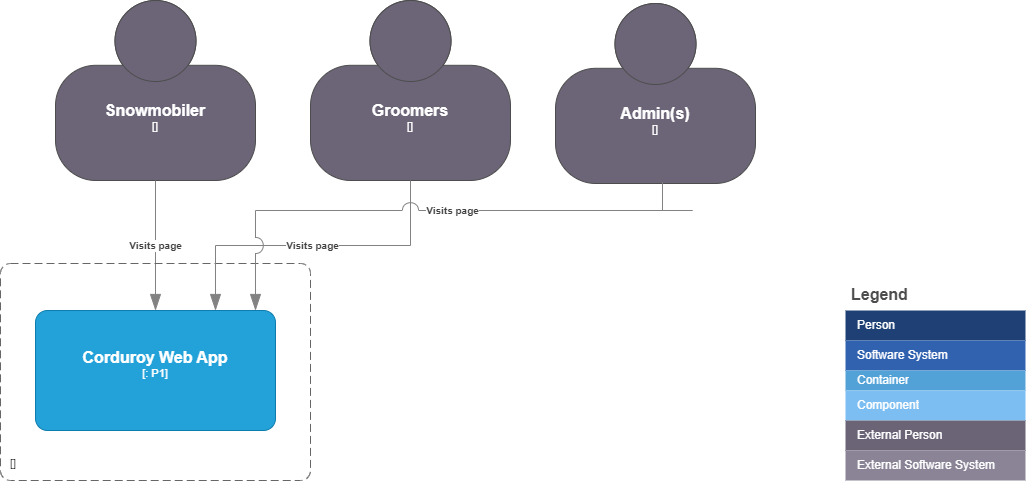
Earlier version of the draw.io export docs/C4/Context-C4.png (bartelsjoshuac/Corduroy). Source tidied: cells renumbered, new cells last; positions are measured from the earlier drawing's top-left corner, leaving out a move shared by most shapes.
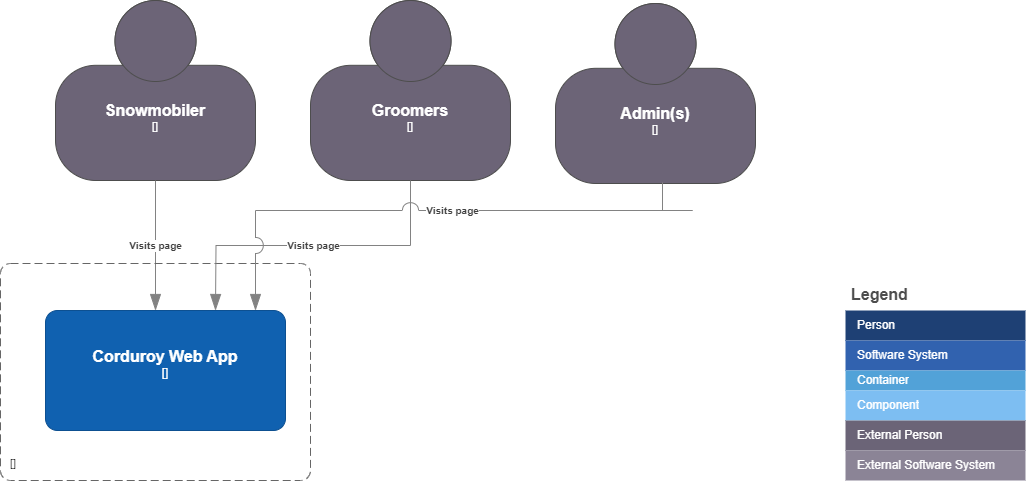
The same file after the commit.

Change to the diagram source:
```diff
@@ -46,14 +46,11 @@
     <mxCell id="15" value="External Software System" style="shape=partialRectangle;html=1;whiteSpace=wrap;strokeColor=inherit;overflow=hidden;fillColor=#8b8496;top=0;left=0;bottom=0;right=0;fontSize=12;align=left;fontColor=#FFFFFF;gradientColor=none;spacingLeft=10;spacingRight=4;" parent="14" vertex="1">
       <mxGeometry width="180" height="30" as="geometry" />
     </mxCell>
-    <object id="16" label="&lt;font style=&quot;font-size: 16px&quot;&gt;&lt;b&gt;%c4Name%&lt;/b&gt;&lt;/font&gt;&lt;div&gt;[%c4Type%: %c4Technology%]&lt;/div&gt;&lt;br&gt;&lt;div&gt;&lt;font style=&quot;font-size: 11px&quot;&gt;&lt;font color=&quot;#E6E6E6&quot;&gt;%c4Description%&lt;/font&gt;&lt;/div&gt;" c4Description="" c4Name="Corduroy Web App" c4Technology="P1" c4Type="" placeholders="1">
-      <mxCell style="rounded=1;whiteSpace=wrap;html=1;fontSize=11;labelBackgroundColor=none;fillColor=#23A2D9;fontColor=#ffffff;align=center;arcSize=10;strokeColor=#0E7DAD;points=[[0.25,0,0],[0.5,0,0],[0.75,0,0],[1,0.25,0],[1,0.5,0],[1,0.75,0],[0.75,1,0],[0.5,1,0],[0.25,1,0],[0,0.75,0],[0,0.5,0],[0,0.25,0]];" parent="1" vertex="1">
-        <mxGeometry x="35" y="310" width="240" height="120" as="geometry" />
-      </mxCell>
-    </object>
     <object id="17" label="&lt;div style=&quot;text-align: left&quot;&gt;&lt;div style=&quot;text-align: center&quot;&gt;&lt;b&gt;%c4Description%&lt;/b&gt;&lt;/div&gt;" c4Description=" Visits page" c4Type="Relationship" placeholders="1">
-      <mxCell style="endArrow=blockThin;html=1;fontSize=10;fontColor=#404040;strokeWidth=1;endFill=1;strokeColor=#828282;elbow=vertical;endSize=14;startSize=14;jumpStyle=arc;jumpSize=16;rounded=0;edgeStyle=orthogonalEdgeStyle;" parent="1" edge="1" source="2" target="16">
-        <mxGeometry relative="1" as="geometry" />
+      <mxCell style="endArrow=blockThin;html=1;fontSize=10;fontColor=#404040;strokeWidth=1;endFill=1;strokeColor=#828282;elbow=vertical;endSize=14;startSize=14;jumpStyle=arc;jumpSize=16;rounded=0;edgeStyle=orthogonalEdgeStyle;" parent="1" edge="1" source="2">
+        <mxGeometry relative="1" as="geometry">
+          <mxPoint x="155" y="310" as="targetPoint" />
+        </mxGeometry>
       </mxCell>
     </object>
     <object id="18" label="&lt;font style=&quot;font-size: 16px&quot;&gt;&lt;b&gt;&lt;div style=&quot;text-align: left&quot;&gt;%c4Name%&lt;/div&gt;&lt;/b&gt;&lt;/font&gt;&lt;div style=&quot;text-align: left&quot;&gt;[%c4Application%]&lt;/div&gt;" c4Application="" c4Name="" c4Type="" placeholders="1">
@@ -72,8 +69,10 @@
       </mxCell>
     </object>
     <object id="21" label="&lt;div style=&quot;text-align: left&quot;&gt;&lt;div style=&quot;text-align: center&quot;&gt;&lt;b&gt;%c4Description%&lt;/b&gt;&lt;/div&gt;" c4Description=" Visits page" c4Type="Relationship" placeholders="1">
-      <mxCell style="endArrow=blockThin;html=1;fontSize=10;fontColor=#404040;strokeWidth=1;endFill=1;strokeColor=#828282;elbow=vertical;endSize=14;startSize=14;jumpStyle=arc;jumpSize=16;rounded=0;edgeStyle=orthogonalEdgeStyle;exitX=0.5;exitY=1;exitDx=0;exitDy=0;exitPerimeter=0;entryX=0.75;entryY=0;entryDx=0;entryDy=0;entryPerimeter=0;" parent="1" edge="1" source="19" target="16">
-        <mxGeometry relative="1" as="geometry" />
+      <mxCell style="endArrow=blockThin;html=1;fontSize=10;fontColor=#404040;strokeWidth=1;endFill=1;strokeColor=#828282;elbow=vertical;endSize=14;startSize=14;jumpStyle=arc;jumpSize=16;rounded=0;edgeStyle=orthogonalEdgeStyle;exitX=0.5;exitY=1;exitDx=0;exitDy=0;exitPerimeter=0;entryX=0.75;entryY=0;entryDx=0;entryDy=0;entryPerimeter=0;" parent="1" edge="1" source="19">
+        <mxGeometry relative="1" as="geometry">
+          <mxPoint x="215" y="310" as="targetPoint" />
+        </mxGeometry>
       </mxCell>
     </object>
     <object id="22" label="&lt;div style=&quot;text-align: left&quot;&gt;&lt;div style=&quot;text-align: center&quot;&gt;&lt;b&gt;%c4Description%&lt;/b&gt;&lt;/div&gt;" c4Description=" Visits page" c4Type="Relationship" placeholders="1">
@@ -87,5 +86,10 @@
         </mxGeometry>
       </mxCell>
     </object>
+    <object id="23" label="&lt;font style=&quot;font-size: 16px&quot;&gt;&lt;b&gt;%c4Name%&lt;/b&gt;&lt;/font&gt;&lt;div&gt;[%c4Type%]&lt;/div&gt;&lt;br&gt;&lt;div&gt;&lt;font style=&quot;font-size: 11px&quot;&gt;&lt;font color=&quot;#cccccc&quot;&gt;%c4Description%&lt;/font&gt;&lt;/div&gt;" c4Description="" c4Name="Corduroy Web App" c4Type="" placeholders="1">
+      <mxCell style="rounded=1;whiteSpace=wrap;html=1;labelBackgroundColor=none;fillColor=#1061B0;fontColor=#ffffff;align=center;arcSize=10;strokeColor=#0D5091;" parent="1" vertex="1">
+        <mxGeometry x="45" y="310" width="240" height="120" as="geometry" />
+      </mxCell>
+    </object>
   </root>
 </mxGraphModel>
```
